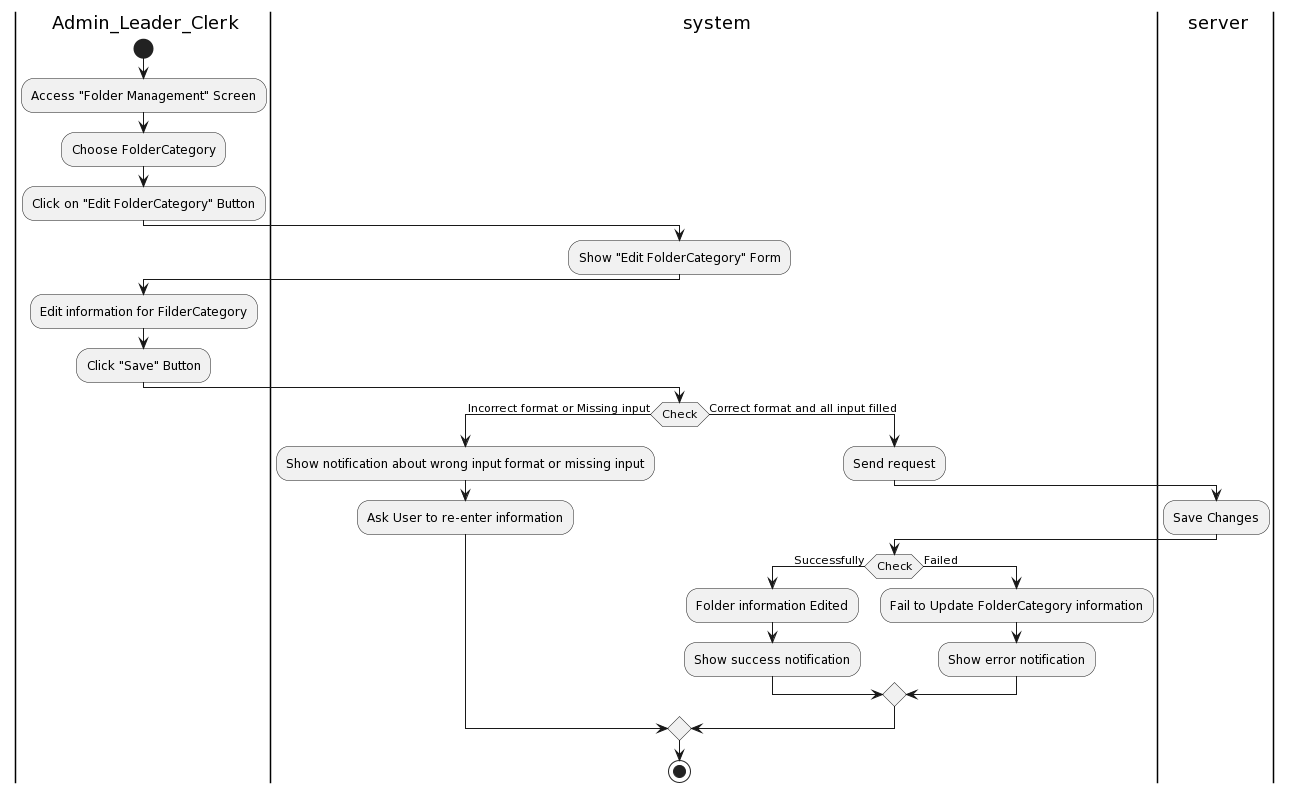
khoapham1003/SE357-Pratice-class keeps this PlantUML diagram as Lab1/Lab1.2/Activity Diagram/FolderCategory/EditFolderCategoryinformation/EditFolderCategoryinformation.png. Above is the earlier version. Its diagram source:
```plantuml
@startuml
|a| Admin_Leader_Clerk
|sys| system
|ser| server
|a|
start
:Access "Folder Management" Screen;
:Choose FolderCategory;
:Click on "Edit FolderCategory" Button;
|sys|
:Show "Edit FolderCategory" Form;
|a|
:Edit information for FilderCategory;
:Click "Save" Button;
|sys|
if(Check) then (Incorrect format or Missing input)
:Show notification about wrong input format or missing input;
:Ask User to re-enter information;
else (Correct format and all input filled)
:Send request;
|ser|
:Save Changes;
|sys|
if(Check) then (Successfully)
:Folder information Edited;
:Show success notification;
else (Failed)
:Fail to Update FolderCategory information;
:Show error notification;
endif
endif

stop
@enduml
```
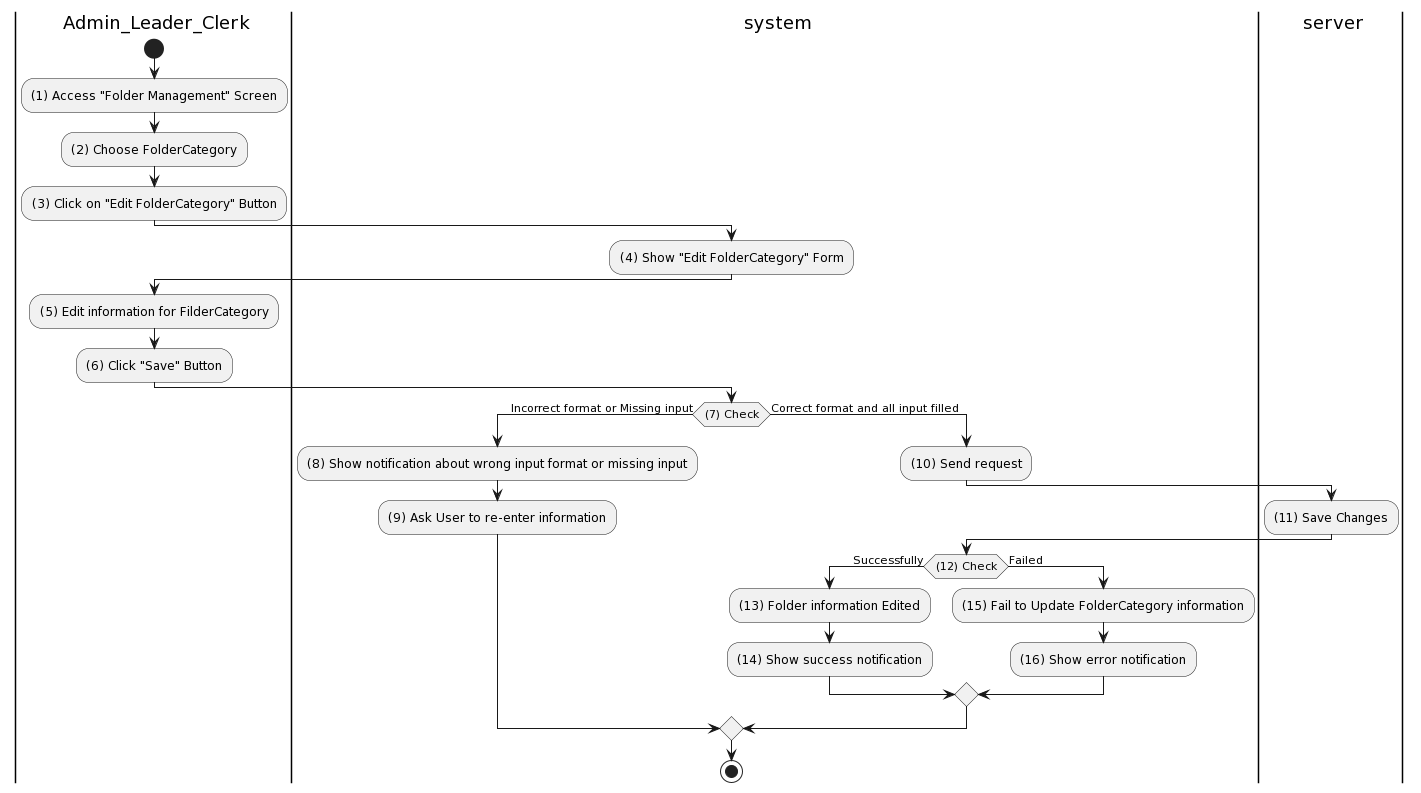
After the change.

The edit, as a diff of the source:
```diff
@@ -4,29 +4,29 @@
 |ser| server
 |a|
 start
-:Access "Folder Management" Screen;
-:Choose FolderCategory;
-:Click on "Edit FolderCategory" Button;
+:(1) Access "Folder Management" Screen;
+:(2) Choose FolderCategory;
+:(3) Click on "Edit FolderCategory" Button;
 |sys|
-:Show "Edit FolderCategory" Form;
+:(4) Show "Edit FolderCategory" Form;
 |a|
-:Edit information for FilderCategory;
-:Click "Save" Button;
+:(5) Edit information for FilderCategory;
+:(6) Click "Save" Button;
 |sys|
-if(Check) then (Incorrect format or Missing input)
-:Show notification about wrong input format or missing input;
-:Ask User to re-enter information;
+if((7) Check) then (Incorrect format or Missing input)
+:(8) Show notification about wrong input format or missing input;
+:(9) Ask User to re-enter information;
 else (Correct format and all input filled)
-:Send request;
+:(10) Send request;
 |ser|
-:Save Changes;
+:(11) Save Changes;
 |sys|
-if(Check) then (Successfully)
-:Folder information Edited;
-:Show success notification;
+if((12) Check) then (Successfully)
+:(13) Folder information Edited;
+:(14) Show success notification;
 else (Failed)
-:Fail to Update FolderCategory information;
-:Show error notification;
+:(15) Fail to Update FolderCategory information;
+:(16) Show error notification;
 endif
 endif
 
```
